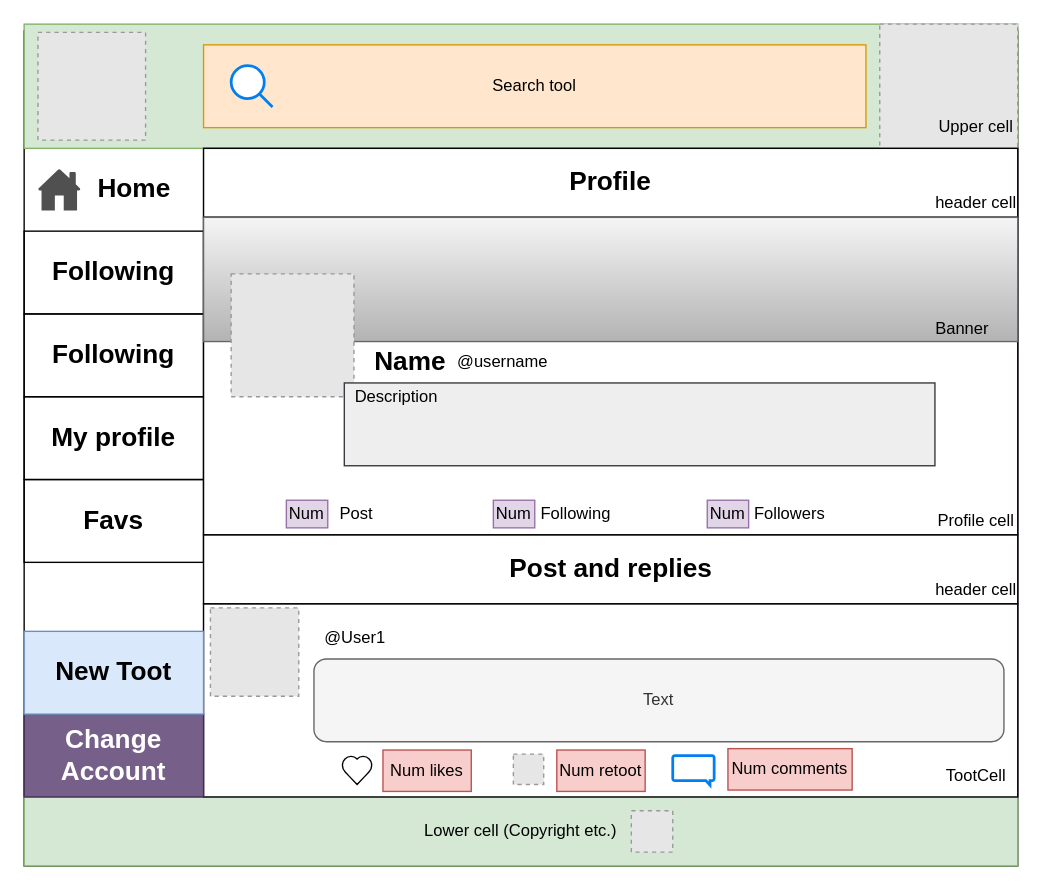
nicoagr/txipironclient keeps this draw.io diagram as mockup/Profile.drawio. Above is the earlier version. Source tidied: cells renumbered, new cells numbered last; positions are measured from the earlier drawing's top-left corner, leaving out a move shared by most shapes. Both pictures are drawn from the tidied source at 138%, with x=0, y=0 at pixel (23, 23). Pictures stored in the file or linked from it are replaced by grey dashed boxes.
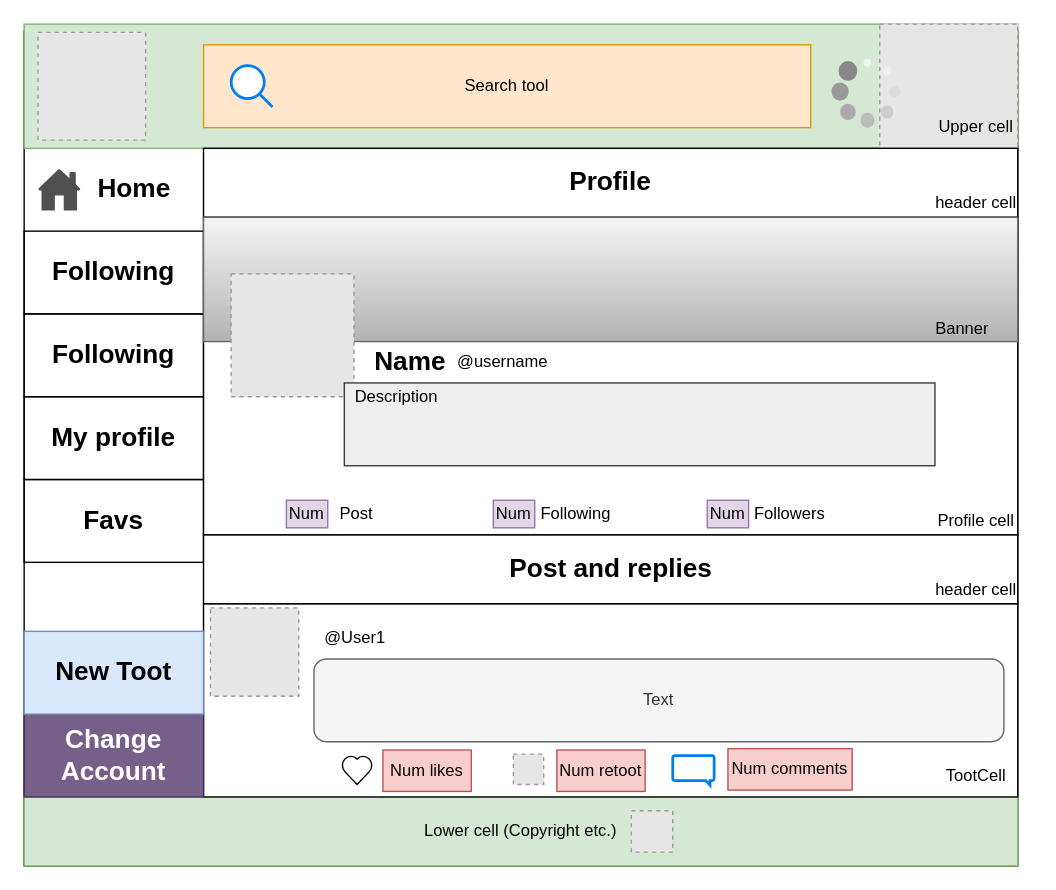
After the change.

Diff of the diagram source:
```diff
@@
     <mxCell id="5" value="Search tool" style="rounded=0;whiteSpace=wrap;html=1;fillColor=#ffe6cc;strokeColor=#d79b00;" parent="1" vertex="1">
-      <mxGeometry x="130" y="15" width="480" height="60" as="geometry" />
+      <mxGeometry x="130" y="15" width="440" height="60" as="geometry" />
     </mxCell>
@@
+    <mxCell id="54" style="verticalLabelPosition=bottom;shadow=0;dashed=0;align=center;html=1;verticalAlign=top;strokeWidth=1;shape=mxgraph.mockup.misc.loading_circle_1;" parent="1" vertex="1">
+      <mxGeometry x="585" y="25" width="50" height="50" as="geometry" />
+    </mxCell>
```
